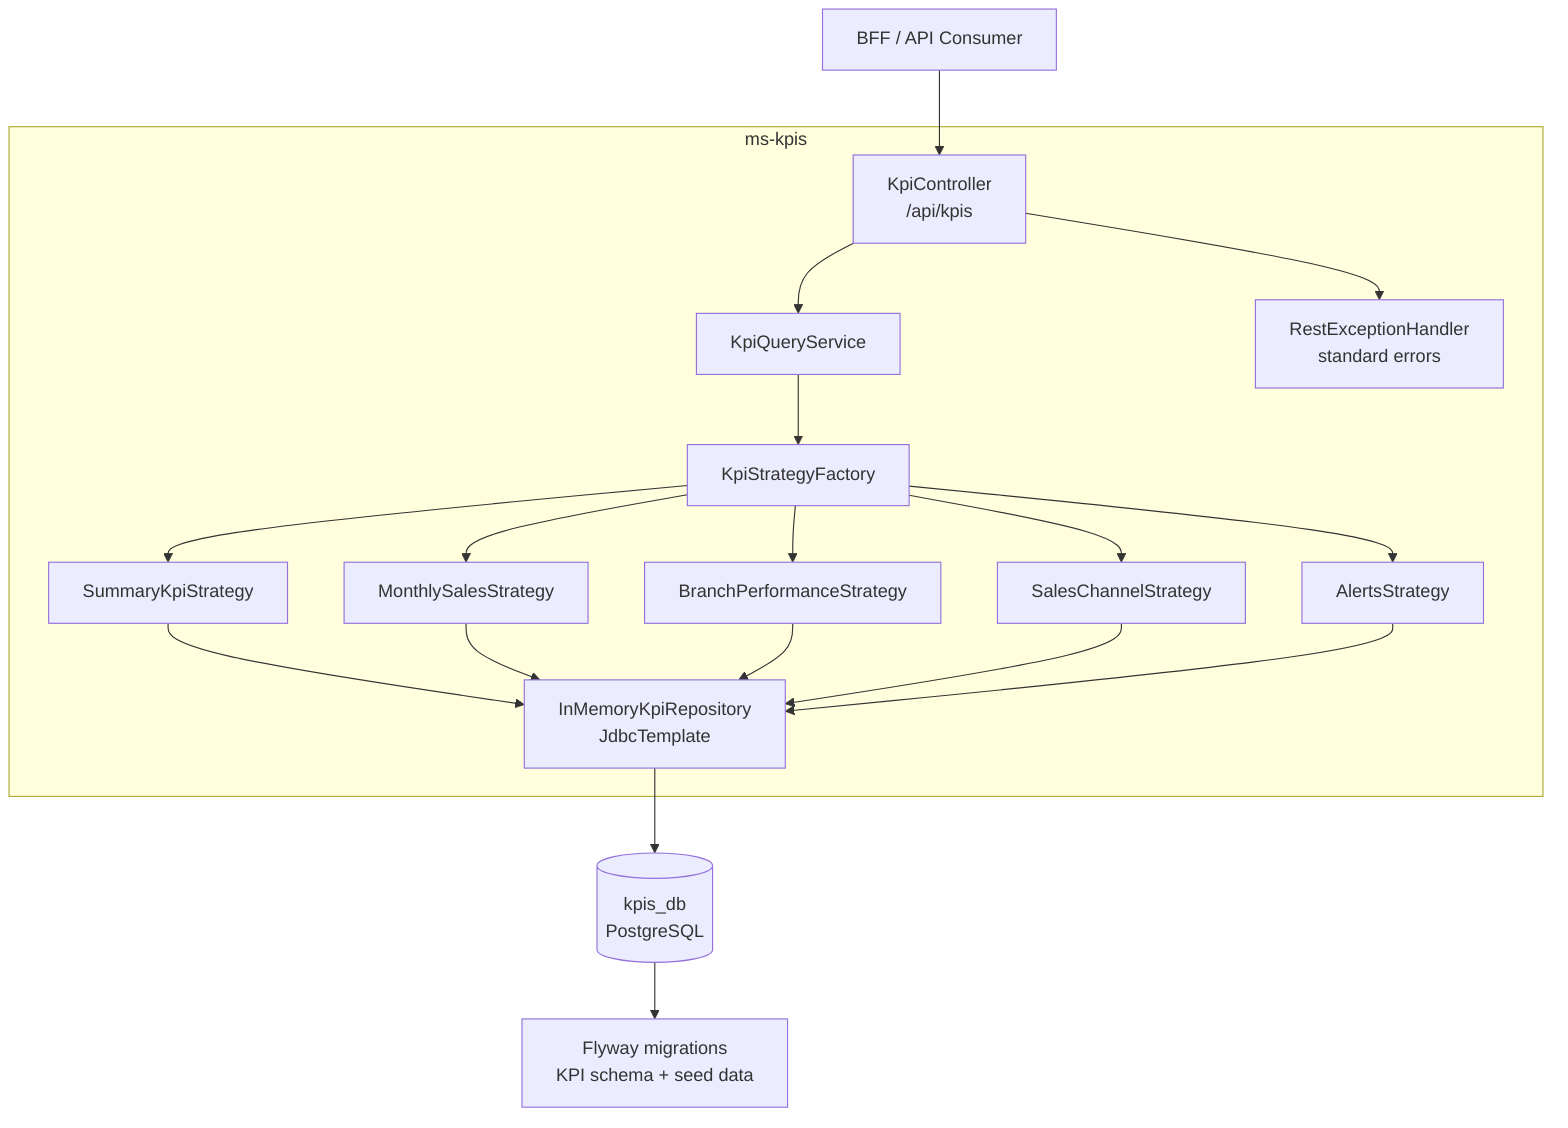
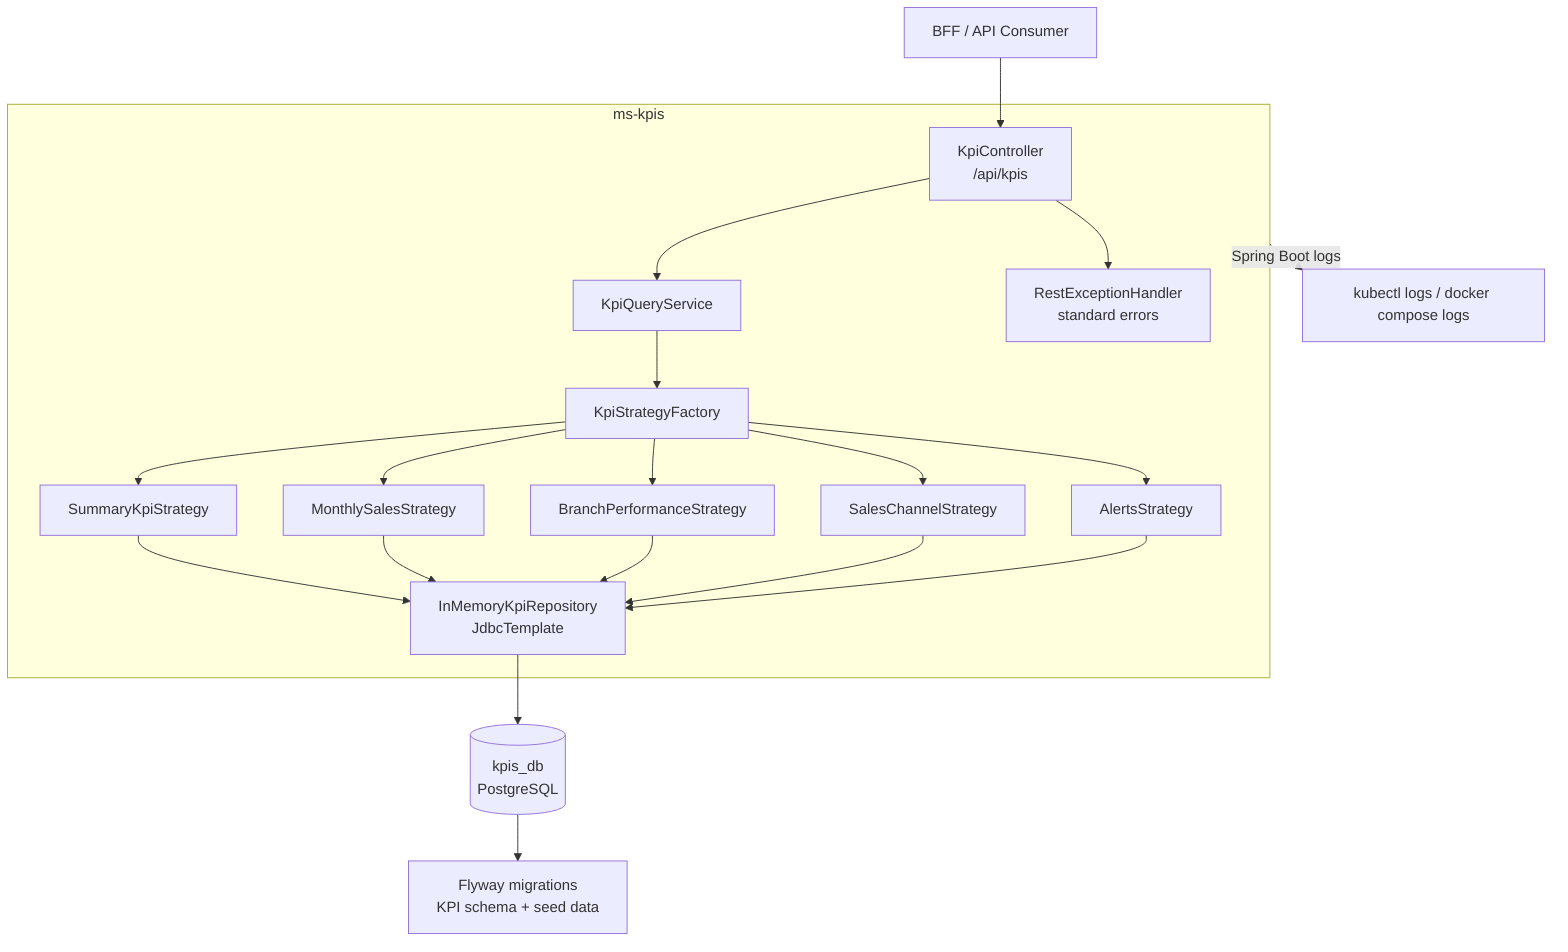
flowchart TB
  Client["BFF / API Consumer"] --> Controller["KpiController\n/api/kpis"]

  subgraph KpisService["ms-kpis"]
    Controller --> QueryService["KpiQueryService"]
    QueryService --> Factory["KpiStrategyFactory"]
    Factory --> Summary["SummaryKpiStrategy"]
    Factory --> Monthly["MonthlySalesStrategy"]
    Factory --> Branches["BranchPerformanceStrategy"]
    Factory --> Channels["SalesChannelStrategy"]
    Factory --> Alerts["AlertsStrategy"]
    Summary --> Repository["InMemoryKpiRepository\nJdbcTemplate"]
    Monthly --> Repository
    Branches --> Repository
    Channels --> Repository
    Alerts --> Repository
    Controller --> Handler["RestExceptionHandler\nstandard errors"]
  end

  Repository --> KpisDb[("kpis_db\nPostgreSQL")]
  KpisDb --> Flyway["Flyway migrations\nKPI schema + seed data"]
+   KpisService -.->|"Spring Boot logs"| Logs["kubectl logs / docker compose logs"]
